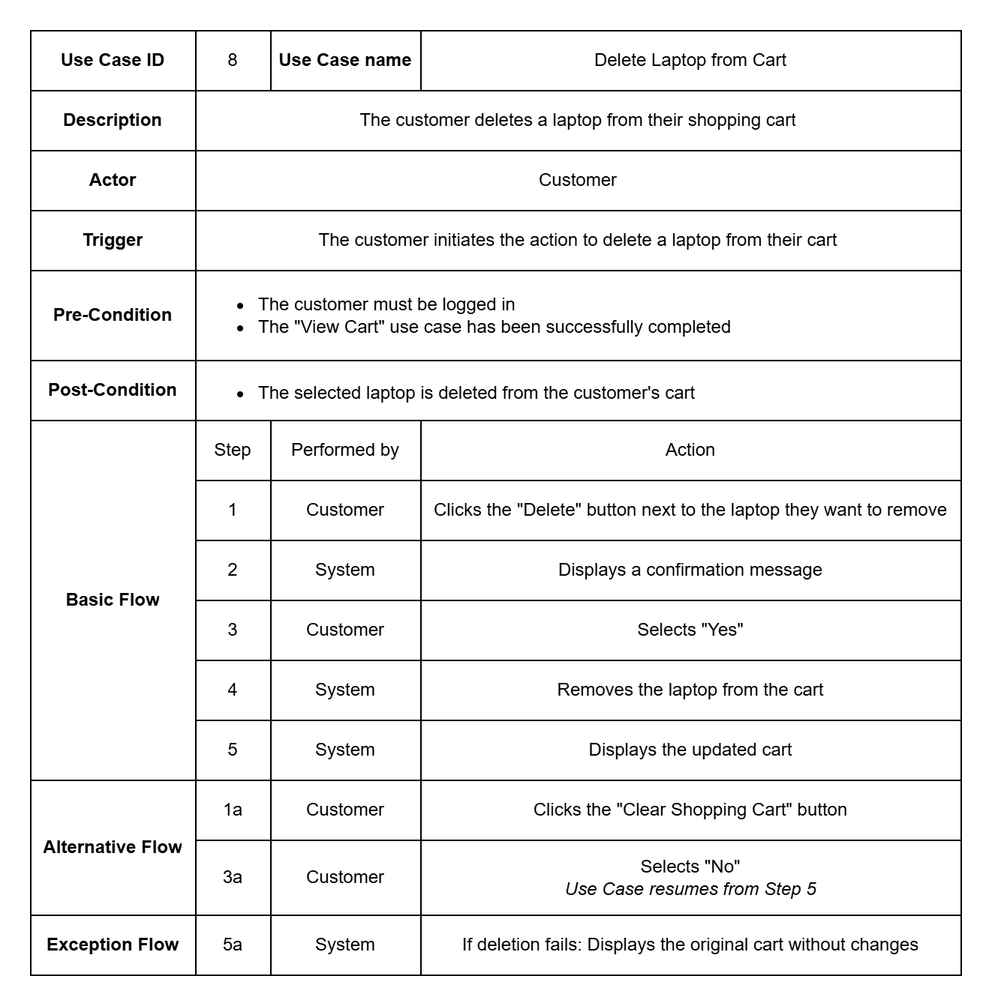
Earlier version of the draw.io export documentation/Images/usecase_metadata_card/uc_8_delete_laptop_from_cart.drawio.png (auphong2707/itse-laptopshop-management-web-application). Source tidied: cells renumbered, new cells last; positions are measured from the earlier drawing's top-left corner, leaving out a move shared by most shapes.
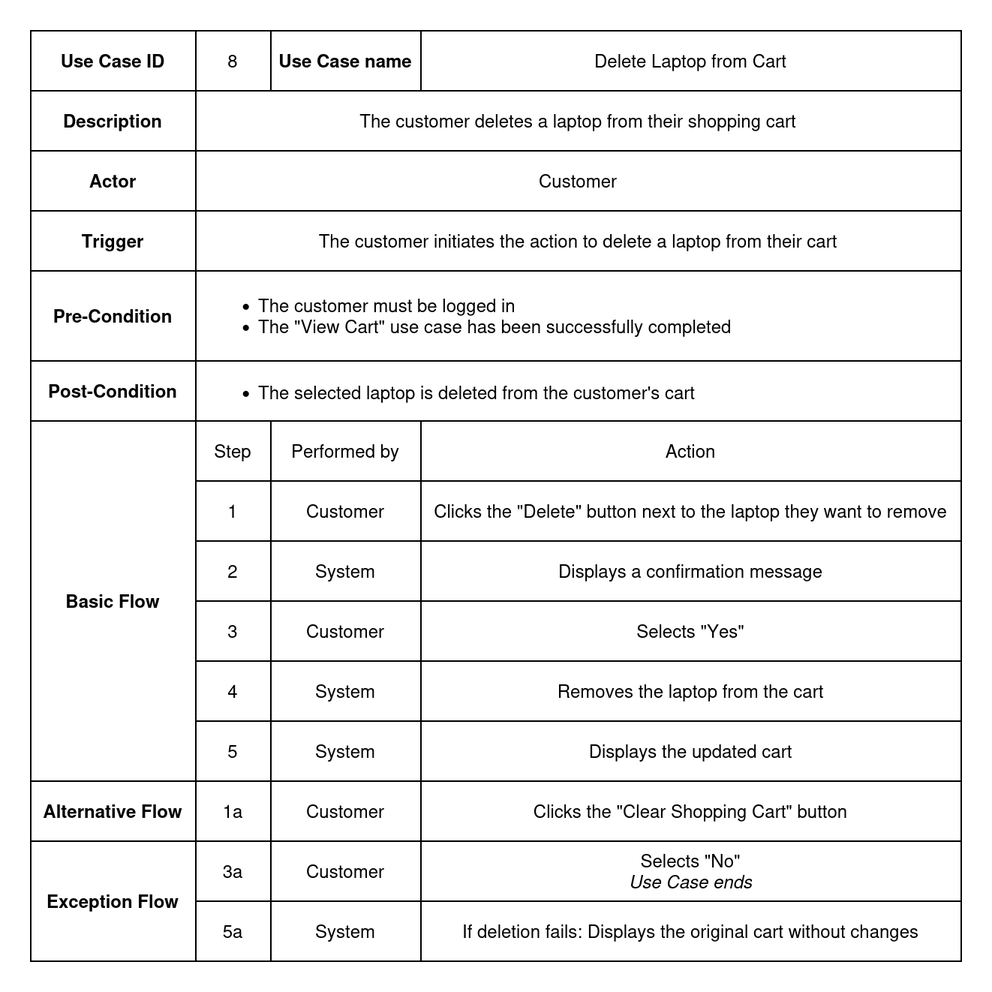
Later version of the same file.

The edit, as a diff of the source:
```diff
@@ -3,7 +3,7 @@
     <mxCell id="0" />
     <mxCell id="1" parent="0" />
     <mxCell id="2" style="shape=table;startSize=0;fontStyle=0;" parent="1" vertex="1">
-      <mxGeometry width="620" height="630" as="geometry" />
+      <mxGeometry width="620" height="620" as="geometry" />
     </mxCell>
     <mxCell id="3" style="shape=tableRow;horizontal=0;startSize=0;swimlaneHead=0;swimlaneBody=0;strokeColor=inherit;top=0;left=0;bottom=0;right=0;fillColor=none;" parent="2" vertex="1">
       <mxGeometry width="620" height="40" as="geometry" />
@@ -143,8 +143,8 @@
     <mxCell id="48" style="shape=tableRow;horizontal=0;startSize=0;swimlaneHead=0;swimlaneBody=0;strokeColor=inherit;top=0;left=0;bottom=0;right=0;fillColor=none;" parent="2" vertex="1">
       <mxGeometry y="500" width="620" height="40" as="geometry" />
     </mxCell>
-    <mxCell id="49" value="Alternative Flow" style="shape=partialRectangle;html=1;whiteSpace=wrap;strokeColor=inherit;overflow=hidden;fillColor=none;top=0;left=0;bottom=0;right=0;fontStyle=1;rowspan=2;colspan=1;" parent="48" vertex="1">
-      <mxGeometry width="110" height="90" as="geometry" />
+    <mxCell id="49" value="Alternative Flow" style="shape=partialRectangle;html=1;whiteSpace=wrap;strokeColor=inherit;overflow=hidden;fillColor=none;top=0;left=0;bottom=0;right=0;fontStyle=1;" parent="48" vertex="1">
+      <mxGeometry width="110" height="40" as="geometry" />
     </mxCell>
     <mxCell id="50" value="1a" style="shape=partialRectangle;html=1;whiteSpace=wrap;strokeColor=inherit;overflow=hidden;fillColor=none;top=0;left=0;bottom=0;right=0;" parent="48" vertex="1">
       <mxGeometry x="110" width="50" height="40" as="geometry" />
@@ -155,24 +155,24 @@
     <mxCell id="52" value="Clicks the &quot;Clear Shopping Cart&quot; button" style="shape=partialRectangle;html=1;whiteSpace=wrap;strokeColor=inherit;overflow=hidden;fillColor=none;top=0;left=0;bottom=0;right=0;" parent="48" vertex="1">
       <mxGeometry x="260" width="360" height="40" as="geometry" />
     </mxCell>
-    <mxCell id="53" style="shape=tableRow;horizontal=0;startSize=0;swimlaneHead=0;swimlaneBody=0;strokeColor=inherit;top=0;left=0;bottom=0;right=0;fillColor=none;" parent="2" vertex="1">
-      <mxGeometry y="540" width="620" height="50" as="geometry" />
-    </mxCell>
+    <mxCell id="62" style="shape=tableRow;horizontal=0;startSize=0;swimlaneHead=0;swimlaneBody=0;strokeColor=inherit;top=0;left=0;bottom=0;right=0;fillColor=none;" parent="2" vertex="1">
+      <mxGeometry y="540" width="620" height="40" as="geometry" />
+    </mxCell>
+    <mxCell id="58" value="Exception Flow" style="shape=partialRectangle;html=1;whiteSpace=wrap;strokeColor=inherit;overflow=hidden;fillColor=none;top=0;left=0;bottom=0;right=0;fontStyle=1;rowspan=2;colspan=1;" parent="62" vertex="1">
+      <mxGeometry width="110" height="80" as="geometry" />
+    </mxCell>
-    <mxCell id="54" value="3a" style="shape=partialRectangle;html=1;whiteSpace=wrap;strokeColor=inherit;overflow=hidden;fillColor=none;top=0;left=0;bottom=0;right=0;" parent="53" vertex="1">
-      <mxGeometry x="110" width="50" height="50" as="geometry" />
+    <mxCell id="54" value="3a" style="shape=partialRectangle;html=1;whiteSpace=wrap;strokeColor=inherit;overflow=hidden;fillColor=none;top=0;left=0;bottom=0;right=0;" parent="62" vertex="1">
+      <mxGeometry x="110" width="50" height="40" as="geometry" />
     </mxCell>
-    <mxCell id="55" value="Customer" style="shape=partialRectangle;html=1;whiteSpace=wrap;strokeColor=inherit;overflow=hidden;fillColor=none;top=0;left=0;bottom=0;right=0;" parent="53" vertex="1">
-      <mxGeometry x="160" width="100" height="50" as="geometry" />
+    <mxCell id="55" value="Customer" style="shape=partialRectangle;html=1;whiteSpace=wrap;strokeColor=inherit;overflow=hidden;fillColor=none;top=0;left=0;bottom=0;right=0;" parent="62" vertex="1">
+      <mxGeometry x="160" width="100" height="40" as="geometry" />
     </mxCell>
-    <mxCell id="56" value="Selects &quot;No&quot;&lt;div&gt;&lt;i&gt;Use Case resumes from Step 5&lt;/i&gt;&lt;/div&gt;" style="shape=partialRectangle;html=1;whiteSpace=wrap;strokeColor=inherit;overflow=hidden;fillColor=none;top=0;left=0;bottom=0;right=0;" parent="53" vertex="1">
-      <mxGeometry x="260" width="360" height="50" as="geometry" />
-    </mxCell>
+    <mxCell id="63" value="Selects &quot;No&quot;&lt;div&gt;&lt;i&gt;Use Case ends&lt;/i&gt;&lt;/div&gt;" style="shape=partialRectangle;html=1;whiteSpace=wrap;strokeColor=inherit;overflow=hidden;fillColor=none;top=0;left=0;bottom=0;right=0;" parent="62" vertex="1">
+      <mxGeometry x="260" width="360" height="40" as="geometry" />
+    </mxCell>
     <mxCell id="57" style="shape=tableRow;horizontal=0;startSize=0;swimlaneHead=0;swimlaneBody=0;strokeColor=inherit;top=0;left=0;bottom=0;right=0;fillColor=none;" parent="2" vertex="1">
-      <mxGeometry y="590" width="620" height="40" as="geometry" />
+      <mxGeometry y="580" width="620" height="40" as="geometry" />
     </mxCell>
-    <mxCell id="58" value="Exception Flow" style="shape=partialRectangle;html=1;whiteSpace=wrap;strokeColor=inherit;overflow=hidden;fillColor=none;top=0;left=0;bottom=0;right=0;rowspan=6;colspan=1;fontStyle=1;" parent="57" vertex="1">
-      <mxGeometry width="110" height="40" as="geometry" />
-    </mxCell>
     <mxCell id="59" value="5a" style="shape=partialRectangle;html=1;whiteSpace=wrap;strokeColor=inherit;overflow=hidden;fillColor=none;top=0;left=0;bottom=0;right=0;" parent="57" vertex="1">
       <mxGeometry x="110" width="50" height="40" as="geometry" />
     </mxCell>
```
